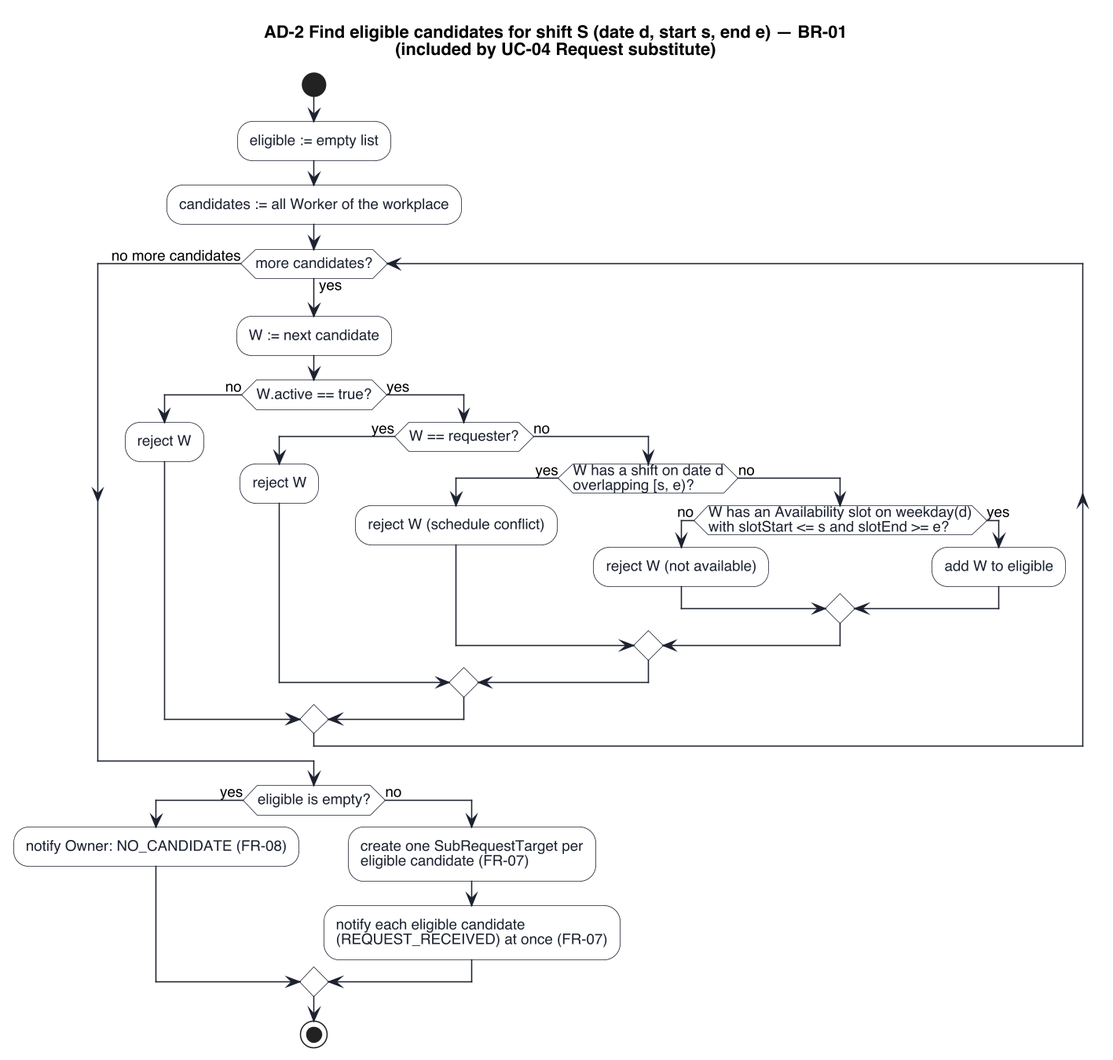
keemlogan/shiftswap keeps this PlantUML diagram as uml/activity-candidates.png. Above is the earlier version. Its diagram source:
```plantuml
@startuml activity-candidates
skinparamlocked dpi 150
!pragma layout smetana
skinparam defaultFontName "Helvetica"
skinparam defaultFontSize 12
skinparam shadowing false
skinparam backgroundColor #FFFFFF
skinparam activity {
  BackgroundColor #FFFFFF
  BorderColor #1C2230
  FontColor #1C2230
  ArrowColor #1C2230
  DiamondBackgroundColor #FFFFFF
  DiamondBorderColor #1C2230
}

title AD-2 Find eligible candidates for shift S (date d, start s, end e) — BR-01\n(included by UC-04 Request substitute)

start
:eligible := empty list;
:candidates := all Worker of the workplace;

while (more candidates?) is (yes)
  :W := next candidate;

  if (W.active == true?) then (no)
    :reject W;
  else (yes)
    if (W == requester?) then (yes)
      :reject W;
    else (no)
      if (W has a shift on date d\noverlapping [s, e)?) then (yes)
        :reject W (schedule conflict);
      else (no)
        if (W has an Availability slot on weekday(d)\nwith slotStart <= s and slotEnd >= e?) then (no)
          :reject W (not available);
        else (yes)
          :add W to eligible;
        endif
      endif
    endif
  endif
endwhile (no more candidates)

if (eligible is empty?) then (yes)
  :notify Owner: NO_CANDIDATE (FR-08);
else (no)
  :create one SubRequestTarget per\neligible candidate (FR-07);
  :notify each eligible candidate\n(REQUEST_RECEIVED) at once (FR-07);
endif
stop
@enduml
```
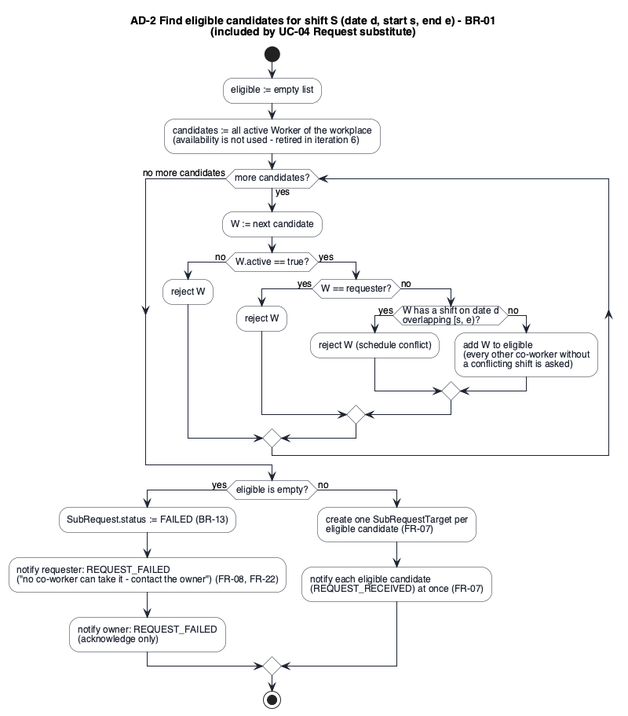
The same diagram one commit later.

Diff of the diagram source:
```diff
@@ -1,5 +1,4 @@
 @startuml activity-candidates
-skinparamlocked dpi 150
 !pragma layout smetana
 skinparam defaultFontName "Helvetica"
 skinparam defaultFontSize 12
@@ -14,11 +13,11 @@
   DiamondBorderColor #1C2230
 }
 
-title AD-2 Find eligible candidates for shift S (date d, start s, end e) — BR-01\n(included by UC-04 Request substitute)
+title AD-2 Find eligible candidates for shift S (date d, start s, end e) - BR-01\n(included by UC-04 Request substitute)
 
 start
 :eligible := empty list;
-:candidates := all Worker of the workplace;
+:candidates := all active Worker of the workplace\n(availability is not used - retired in iteration 6);
 
 while (more candidates?) is (yes)
   :W := next candidate;
@@ -32,18 +31,16 @@
       if (W has a shift on date d\noverlapping [s, e)?) then (yes)
         :reject W (schedule conflict);
       else (no)
-        if (W has an Availability slot on weekday(d)\nwith slotStart <= s and slotEnd >= e?) then (no)
-          :reject W (not available);
-        else (yes)
-          :add W to eligible;
-        endif
+        :add W to eligible\n(every other co-worker without\na conflicting shift is asked);
       endif
     endif
   endif
 endwhile (no more candidates)
 
 if (eligible is empty?) then (yes)
-  :notify Owner: NO_CANDIDATE (FR-08);
+  :SubRequest.status := FAILED (BR-13);
+  :notify requester: REQUEST_FAILED\n("no co-worker can take it - contact the owner") (FR-08, FR-22);
+  :notify owner: REQUEST_FAILED\n(acknowledge only);
 else (no)
   :create one SubRequestTarget per\neligible candidate (FR-07);
   :notify each eligible candidate\n(REQUEST_RECEIVED) at once (FR-07);
```
